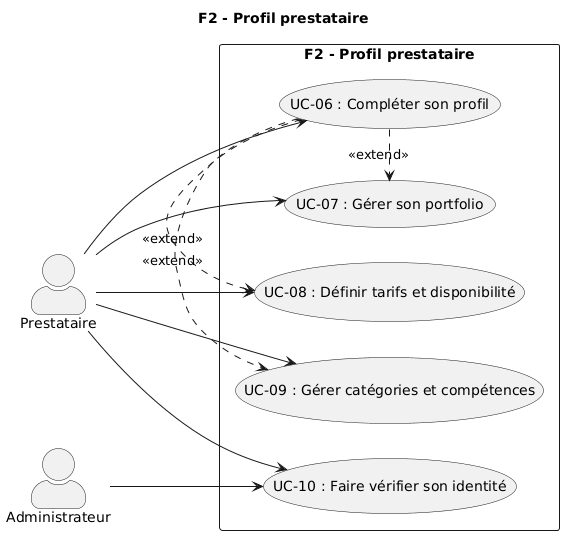
Before: images/diagramme_cu_p2.png, a diagram exported from PlantUML (KazeHolloway/Projet_LaTex).
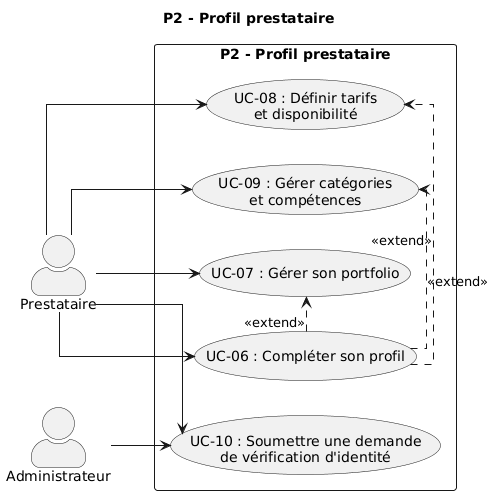
Later version of the same file.

Commit message:
PreÃÃmière correction des diagramme de cas d'utilisation

What changed in the source:
```diff
@@ -1,18 +1,19 @@
 @startuml
-title F2 - Profil prestataire
+title P2 - Profil prestataire
 
 left to right direction
 skinparam actorStyle awesome
+skinparam linetype ortho
 
 actor "Prestataire" as prestataire
 actor "Administrateur" as admin
 
-rectangle "F2 - Profil prestataire" {
+rectangle "P2 - Profil prestataire" {
   usecase "UC-06 : Compléter son profil" as UC06
   usecase "UC-07 : Gérer son portfolio" as UC07
-  usecase "UC-08 : Définir tarifs et disponibilité" as UC08
-  usecase "UC-09 : Gérer catégories et compétences" as UC09
-  usecase "UC-10 : Faire vérifier son identité" as UC10
+  usecase "UC-08 : Définir tarifs\net disponibilité" as UC08
+  usecase "UC-09 : Gérer catégories\net compétences" as UC09
+  usecase "UC-10 : Soumettre une demande\nde vérification d'identité" as UC10
 }
 
 UC06 .> UC07 : <<extend>>
```
